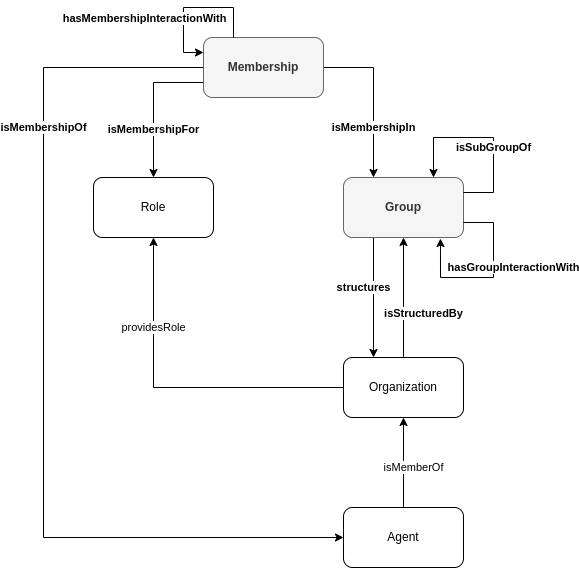
This is domains/logistics/structure-organization/structure-organization.png from HyperAgents/hmas, a draw.io export, as it was before one commit. Source tidied: cells renumbered, new cells last; positions are measured from the earlier drawing's top-left corner, leaving out a move shared by most shapes.
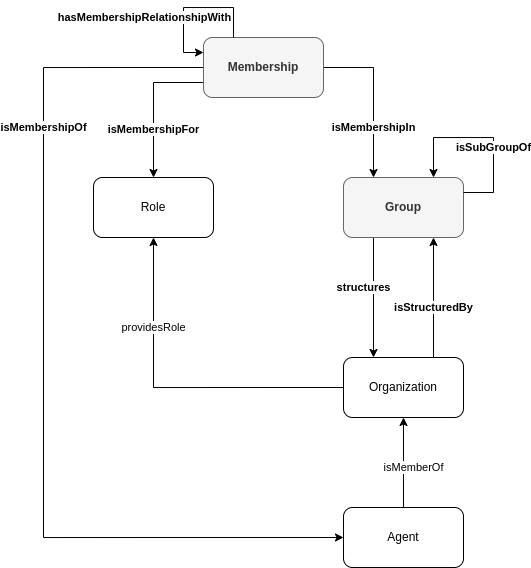
The same file after the commit.

Commit message:
Rename hasMembershipInteractionWith to hasMembershipRelationshipWith

Diff of the diagram source:
```diff
@@ -8,8 +8,8 @@
     <mxCell id="3" value="isMemberOf" style="rounded=0;jettySize=auto;html=1;exitX=0.5;exitY=1;exitDx=0;exitDy=0;entryX=0.5;entryY=0;entryDx=0;entryDy=0;startArrow=classic;startFill=1;endArrow=none;endFill=0;" parent="1" edge="1" source="5" target="8">
       <mxGeometry x="0.11" y="10" relative="1" as="geometry" />
     </mxCell>
-    <mxCell id="4" value="isStructuredBy" style="edgeStyle=orthogonalEdgeStyle;rounded=0;jettySize=auto;html=1;entryX=0.5;entryY=1;entryDx=0;entryDy=0;fontStyle=1;exitX=0.5;exitY=0;exitDx=0;exitDy=0;" parent="1" edge="1" source="5" target="10">
-      <mxGeometry x="-0.27" y="-20" relative="1" as="geometry" />
+    <mxCell id="4" value="isStructuredBy" style="edgeStyle=orthogonalEdgeStyle;rounded=0;jettySize=auto;html=1;entryX=0.75;entryY=1;entryDx=0;entryDy=0;fontStyle=1;exitX=0.75;exitY=0;exitDx=0;exitDy=0;" parent="1" edge="1" source="5" target="10">
+      <mxGeometry x="-0.17" relative="1" as="geometry" />
     </mxCell>
     <mxCell id="5" value="Organization" style="rounded=1;whiteSpace=wrap;html=1;" parent="1" vertex="1">
       <mxGeometry x="300" y="350" width="120" height="60" as="geometry" />
@@ -61,19 +61,10 @@
         </Array>
       </mxGeometry>
     </mxCell>
-    <mxCell id="16" value="hasMembershipInteractionWith" style="edgeLabel;html=1;align=center;verticalAlign=middle;fontStyle=1;" parent="15" vertex="1">
+    <mxCell id="16" value="hasMembershipRelationshipWith" style="edgeLabel;html=1;align=center;verticalAlign=middle;fontStyle=1;" parent="15" vertex="1">
       <mxGeometry x="-0.23" y="-2" relative="1" as="geometry">
         <mxPoint x="-64" y="12" as="offset" />
       </mxGeometry>
     </mxCell>
-    <mxCell id="17" value="hasGroupInteractionWith" style="edgeStyle=orthogonalEdgeStyle;rounded=0;orthogonalLoop=1;jettySize=auto;html=1;exitX=1;exitY=0.75;exitDx=0;exitDy=0;entryX=0.808;entryY=1.017;entryDx=0;entryDy=0;entryPerimeter=0;fontStyle=1;" parent="1" edge="1" source="10" target="10">
-      <mxGeometry x="-0.15" y="20" relative="1" as="geometry">
-        <Array as="points">
-          <mxPoint x="450" y="215" />
-          <mxPoint x="450" y="270" />
-          <mxPoint x="397" y="270" />
-        </Array>
-      </mxGeometry>
-    </mxCell>
   </root>
 </mxGraphModel>
```
